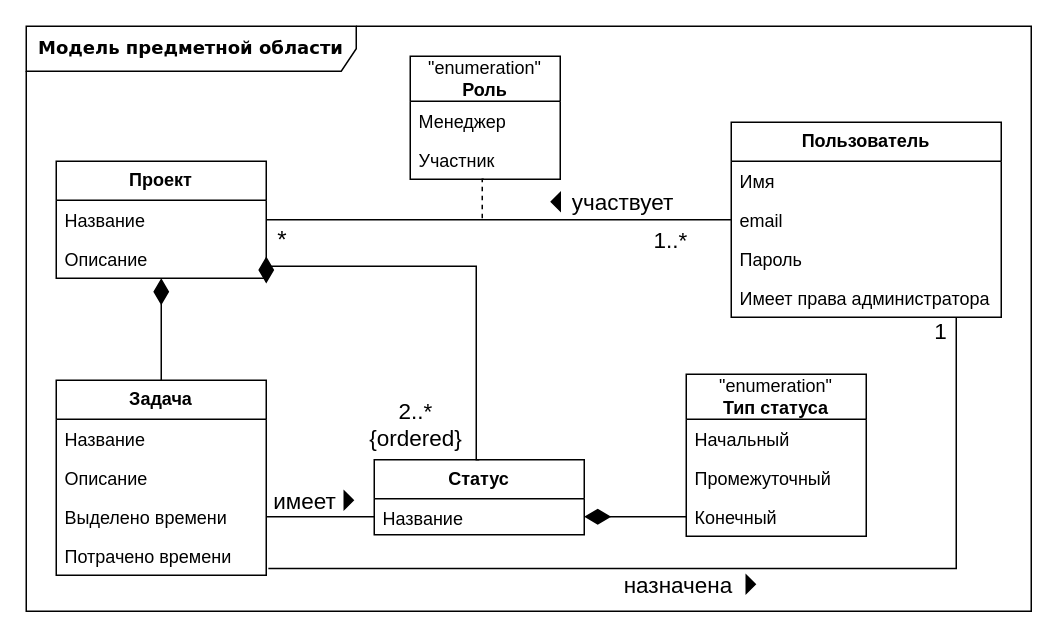
Before: docs/raw_diagrams/domain_model.drawio in aVorotnikov/thunder_board, a draw.io diagram. Source tidied: cells renumbered, new cells numbered last; positions are measured from the earlier drawing's top-left corner, leaving out a move shared by most shapes. Both pictures are drawn from the tidied source at 150%, with x=0, y=0 at pixel (26, 26).
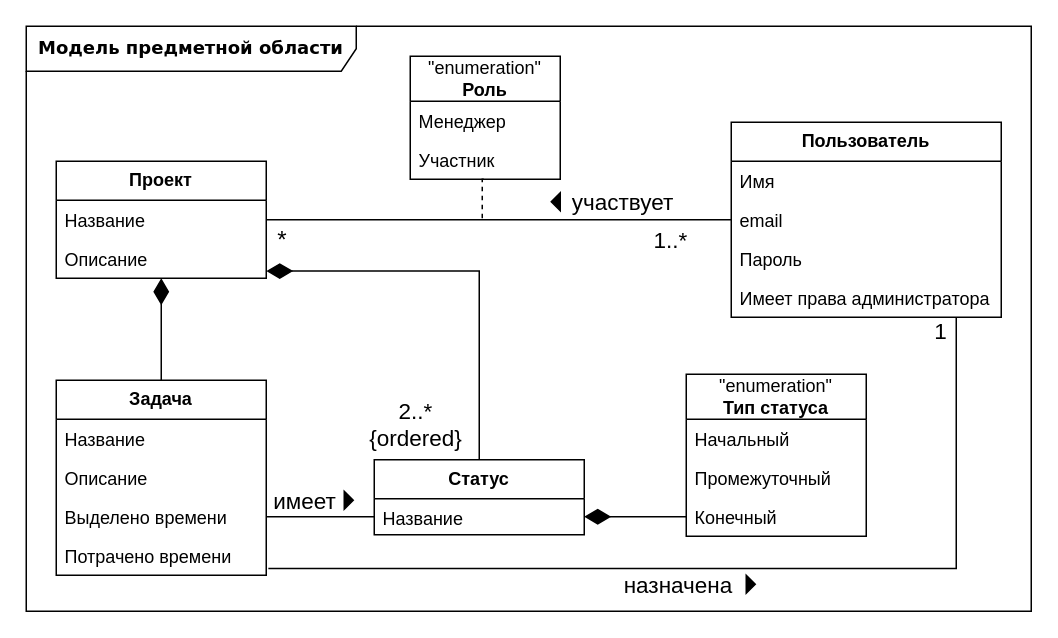
The same page after the edit.

Commit message (it also covers changes not shown here):
Исправлена стрелка композиции статус-проект

Unchanged cells that the change refers to:
```xml
<mxCell id="5" value="Описание" style="text;strokeColor=none;fillColor=none;align=left;verticalAlign=top;spacingLeft=4;spacingRight=4;overflow=hidden;points=[[0,0.5],[1,0.5]];portConstraint=eastwest;whiteSpace=wrap;html=1;" parent="3" vertex="1">
  <mxGeometry y="52" width="140" height="26" as="geometry" />
</mxCell>
<mxCell id="16" value="*" style="text;html=1;strokeColor=none;fillColor=none;align=center;verticalAlign=middle;whiteSpace=wrap;rounded=0;fontSize=16;" parent="1" vertex="1">
  <mxGeometry x="160" y="130.5" width="22" height="23" as="geometry" />
</mxCell>
<mxCell id="26" value="&lt;b&gt;Статус&lt;/b&gt;" style="swimlane;fontStyle=0;horizontal=1;startSize=26;fillColor=none;whiteSpace=wrap;html=1;" parent="1" vertex="1">
  <mxGeometry x="232" y="289" width="140" height="50" as="geometry" />
</mxCell>
```

What changed in the source:
```diff
@@
-    <mxCell id="15" style="edgeStyle=orthogonalEdgeStyle;rounded=0;jettySize=auto;html=1;exitX=0;exitY=1;exitDx=0;exitDy=0;endArrow=none;endFill=0;startArrow=diamondThin;startFill=1;endSize=11;startSize=15;entryX=0.5;entryY=0;entryDx=0;entryDy=0;" parent="1" edge="1" source="16" target="26">
+    <mxCell id="15" style="edgeStyle=orthogonalEdgeStyle;rounded=0;jettySize=auto;html=1;exitX=1;exitY=0.817;exitDx=0;exitDy=0;endArrow=none;endFill=0;startArrow=diamondThin;startFill=1;endSize=11;startSize=15;entryX=0.5;entryY=0;entryDx=0;entryDy=0;exitPerimeter=0;" parent="1" edge="1" source="5" target="26">
       <mxGeometry relative="1" as="geometry">
         <Array as="points">
-          <mxPoint x="160" y="160" />
-          <mxPoint x="300" y="160" />
+          <mxPoint x="302" y="163" />
         </Array>
       </mxGeometry>
     </mxCell>
```
